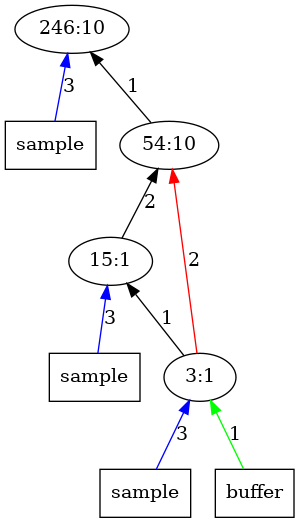
AbhikKhan/MTP_IITG keeps this Graphviz diagram as outputImages/op10.png.png. Above is the earlier version. Its source is kept beside it as outputTrees/op10.dot.
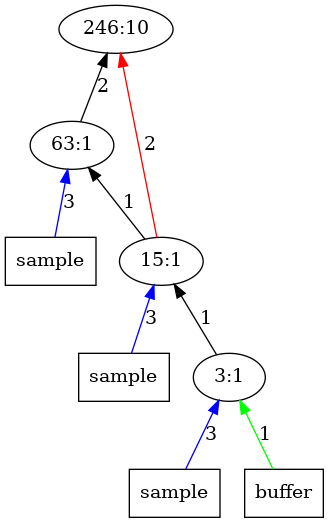
Later version of the same file.

Change to the diagram source:
```diff
@@ -1,15 +1,15 @@
 digraph Tree{
 	rankdir="BT"
-	x11 -> 1 [label = "3", color = "blue"];
-	x11 [label = "sample", shape = "box"];
 	1 [label = "246:10"];
-	2 -> 1 [label = "1", color = "black"];
-	2 [label = "54:10"];
-	3 -> 2 [label = "2", color = "black"];
+	2 -> 1 [label = "2", color = "black"];
+	x21 -> 2 [label = "3", color = "blue"];
+	x21 [label = "sample", shape = "box"];
+	2 [label = "63:1"];
+	3 -> 2 [label = "1", color = "black"];
+	3 -> 1 [label = "2", color = "red"];
 	x31 -> 3 [label = "3", color = "blue"];
 	x31 [label = "sample", shape = "box"];
 	3 [label = "15:1"];
-	4 -> 2 [label = "2", color = "red"];
 	4 -> 3 [label = "1", color = "black"];
 	x41 -> 4 [label = "3", color = "blue"];
 	x41 [label = "sample", shape = "box"];
```
